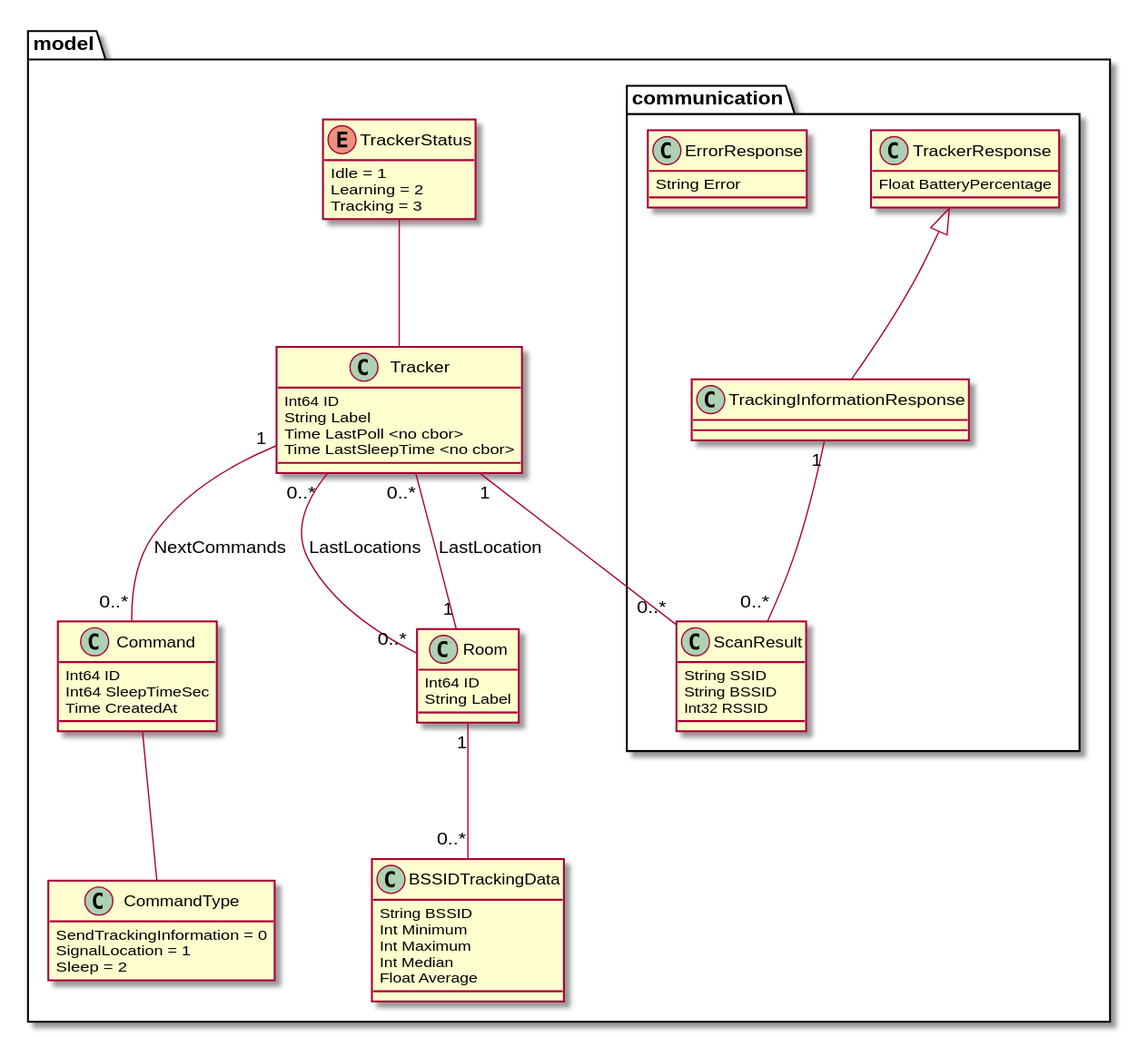
This is paper/images/uml.svg from glidingthroughspace/paper-tracker, a PlantUML export, as it was before one commit.
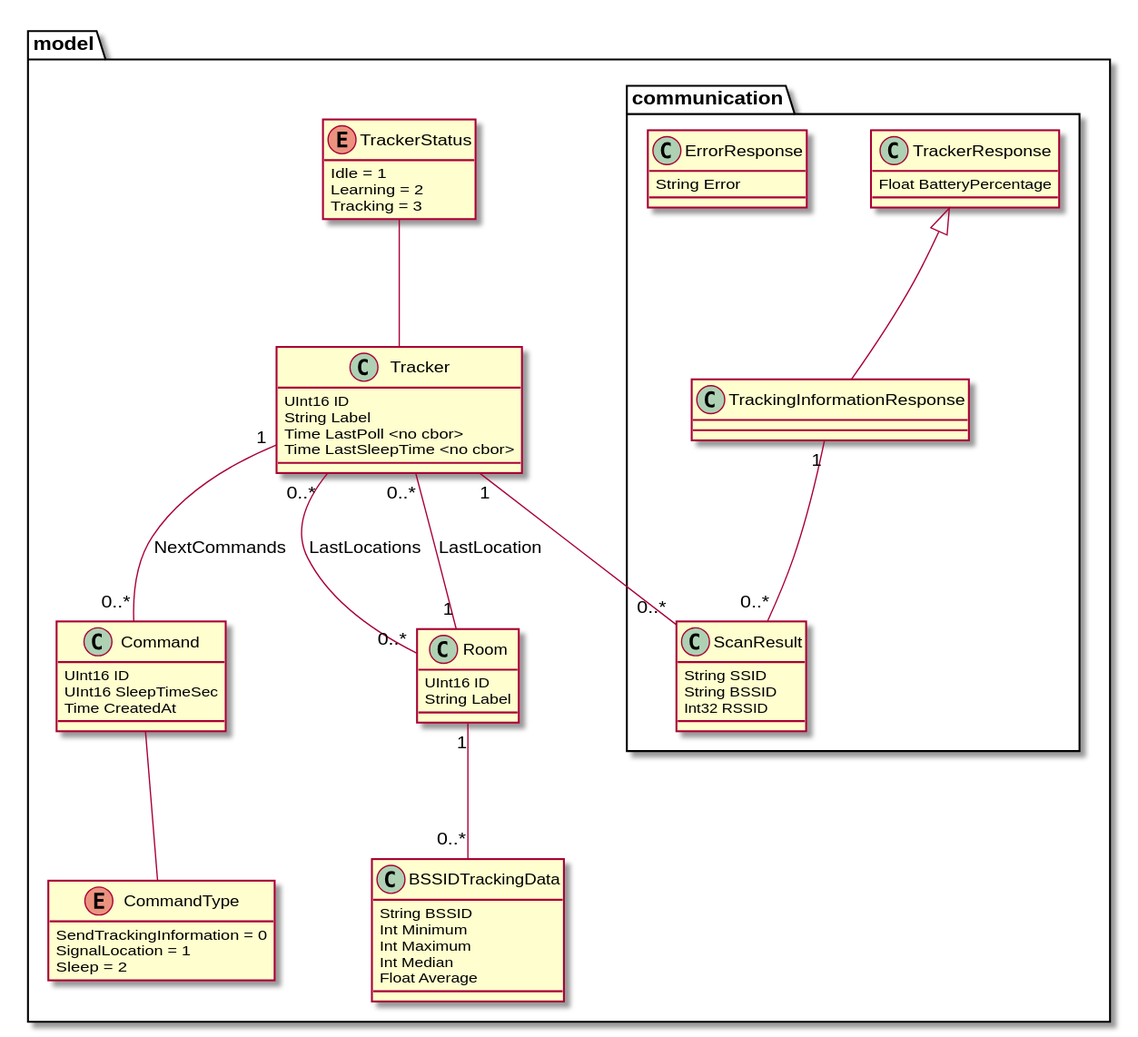
Above is the later version.

Commit message:
Paper: Update UML Diagrams to use 16 bit uints as IDs

The edit, as a diff of the source:
```diff
@@ -4,7 +4,7 @@
 
 package model {
   class Tracker {
-    Int64 ID
+    UInt16 ID
     String Label
     Time LastPoll <no cbor>
     Time LastSleepTime <no cbor>
@@ -18,8 +18,8 @@
   hide TrackerStatus methods
 
   class Command {
-    Int64 ID
-    Int64 SleepTimeSec
+    UInt16 ID
+    UInt16 SleepTimeSec
     Time CreatedAt
   }
 
@@ -28,14 +28,15 @@
     SignalLocation = 1
     Sleep = 2
   }
+
   hide CommandType methods
   together {
     class Command
-    class CommandType
+    enum CommandType
   }
 
   class Room {
-    Int64 ID
+    UInt16 ID
     String Label
   }
 
```
